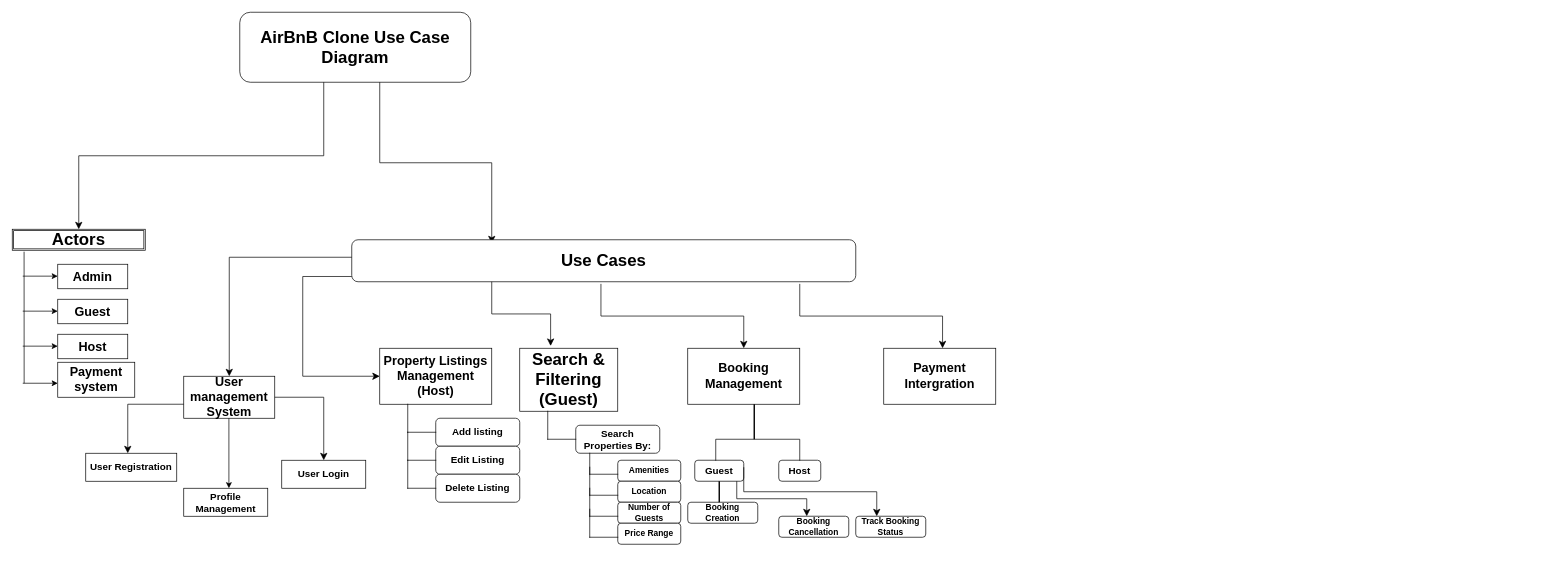
This is use-case-diagram/Use-Case_diagram.drawio from Sir-bastian/alx-airbnb-project-documentation, a draw.io file, before an edit. Source tidied: cells renumbered, new cells numbered last; positions are measured from the earlier drawing's top-left corner, leaving out a move shared by most shapes. Both pictures are drawn from the tidied source at 70%, with x=0, y=0 at pixel (12, 12).
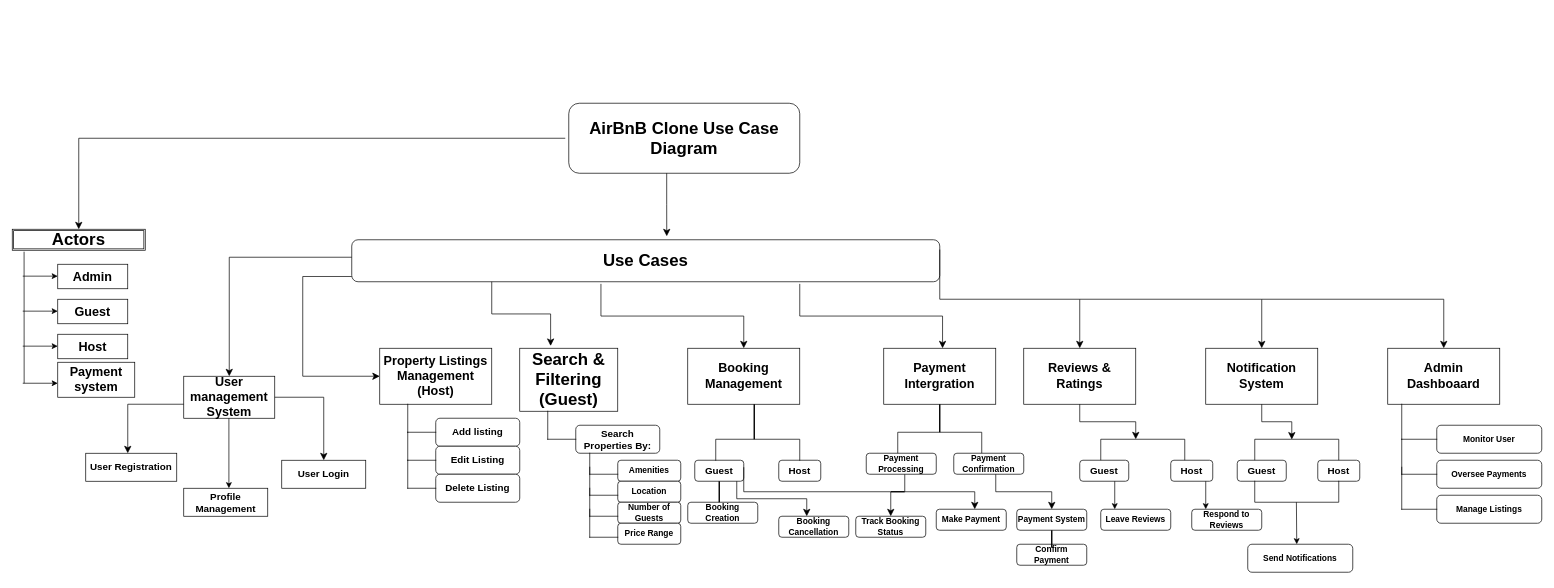
After the change.

The change refers to these unchanged cells:
```xml
<mxCell id="15" value="&lt;h1&gt;Actors&lt;/h1&gt;" style="shape=ext;double=1;rounded=0;whiteSpace=wrap;html=1;" parent="1" vertex="1">
  <mxGeometry y="310" width="190" height="30" as="geometry" />
</mxCell>
<mxCell id="55" value="&lt;h4&gt;Track Booking Status&lt;/h4&gt;" style="rounded=1;whiteSpace=wrap;html=1;" parent="1" vertex="1">
  <mxGeometry x="1205" y="720" width="100" height="30" as="geometry" />
</mxCell>
```

What changed in the source:
```diff
@@
     <mxCell id="2" value="&lt;h1&gt;AirBnB Clone Use Case Diagram&lt;/h1&gt;" style="rounded=1;whiteSpace=wrap;html=1;" parent="1" vertex="1">
-      <mxGeometry x="325" width="330" height="100" as="geometry" />
+      <mxGeometry x="795" y="130" width="330" height="100" as="geometry" />
     </mxCell>
-    <mxCell id="3" style="edgeStyle=elbowEdgeStyle;elbow=vertical;endArrow=classic;html=1;curved=0;rounded=0;endSize=8;startSize=8;" parent="1" edge="1">
+    <mxCell id="3" style="edgeStyle=elbowEdgeStyle;elbow=vertical;endArrow=classic;html=1;curved=0;rounded=0;endSize=8;startSize=8;exitX=0.424;exitY=1;exitDx=0;exitDy=0;exitPerimeter=0;" parent="1" edge="1" source="2">
       <mxGeometry relative="1" as="geometry">
-        <mxPoint x="525" y="100" as="sourcePoint" />
-        <mxPoint x="685" y="330" as="targetPoint" />
+        <mxPoint x="935" y="320" as="targetPoint" />
       </mxGeometry>
     </mxCell>
-    <mxCell id="4" style="edgeStyle=elbowEdgeStyle;elbow=vertical;endArrow=classic;html=1;curved=0;rounded=0;endSize=8;startSize=8;" parent="1" edge="1">
-      <mxGeometry relative="1" as="geometry">
-        <mxPoint x="445" y="100" as="sourcePoint" />
-        <mxPoint x="95" y="310" as="targetPoint" />
-      </mxGeometry>
-    </mxCell>
     <mxCell id="5" value="&lt;h1&gt;Use Cases&lt;/h1&gt;" style="rounded=1;whiteSpace=wrap;html=1;" parent="1" vertex="1">
-      <mxGeometry x="485" y="325" width="720" height="60" as="geometry" />
+      <mxGeometry x="485" y="325" width="840" height="60" as="geometry" />
     </mxCell>
@@
-    <mxCell id="54" style="edgeStyle=elbowEdgeStyle;elbow=vertical;endArrow=classic;html=1;curved=0;rounded=0;endSize=8;startSize=8;" parent="1" edge="1">
+    <mxCell id="54" style="edgeStyle=elbowEdgeStyle;elbow=vertical;endArrow=classic;html=1;curved=0;rounded=0;endSize=8;startSize=8;" parent="1" edge="1" target="55">
       <mxGeometry relative="1" as="geometry">
         <mxPoint x="1045" y="650" as="sourcePoint" />
-        <mxPoint x="1235" y="720" as="targetPoint" />
       </mxGeometry>
     </mxCell>
@@
+    <mxCell id="58" style="shape=partialRectangle;whiteSpace=wrap;html=1;bottom=1;right=1;left=1;top=0;fillColor=none;routingCenterX=-0.5;direction=west;" parent="1" vertex="1">
+      <mxGeometry x="1265" y="600" width="120" height="30" as="geometry" />
+    </mxCell>
+    <mxCell id="59" style="line;strokeWidth=2;direction=south;html=1;" parent="1" vertex="1">
+      <mxGeometry x="1320" y="560" width="10" height="40" as="geometry" />
+    </mxCell>
+    <mxCell id="60" value="&lt;h4&gt;Payment Processing&lt;/h4&gt;" style="rounded=1;whiteSpace=wrap;html=1;" parent="1" vertex="1">
+      <mxGeometry x="1220" y="630" width="100" height="30" as="geometry" />
+    </mxCell>
+    <mxCell id="61" value="&lt;h4&gt;Payment Confirmation&lt;/h4&gt;" style="rounded=1;whiteSpace=wrap;html=1;" parent="1" vertex="1">
+      <mxGeometry x="1345" y="630" width="100" height="30" as="geometry" />
+    </mxCell>
+    <mxCell id="62" style="edgeStyle=elbowEdgeStyle;elbow=vertical;endArrow=classic;html=1;curved=0;rounded=0;endSize=8;startSize=8;" parent="1" edge="1">
+      <mxGeometry relative="1" as="geometry">
+        <mxPoint x="1275" y="660" as="sourcePoint" />
+        <mxPoint x="1375" y="710" as="targetPoint" />
+      </mxGeometry>
+    </mxCell>
+    <mxCell id="63" value="&lt;h4&gt;Make Payment&lt;/h4&gt;" style="rounded=1;whiteSpace=wrap;html=1;" parent="1" vertex="1">
+      <mxGeometry x="1320" y="710" width="100" height="30" as="geometry" />
+    </mxCell>
+    <mxCell id="64" style="line;strokeWidth=2;html=1;" parent="1" vertex="1">
+      <mxGeometry x="1255" y="680" width="20" height="10" as="geometry" />
+    </mxCell>
+    <mxCell id="65" style="edgeStyle=elbowEdgeStyle;elbow=vertical;endArrow=classic;html=1;curved=0;rounded=0;endSize=8;startSize=8;" parent="1" edge="1" target="66">
+      <mxGeometry relative="1" as="geometry">
+        <mxPoint x="1405" y="660" as="sourcePoint" />
+      </mxGeometry>
+    </mxCell>
+    <mxCell id="66" value="&lt;h4&gt;Payment System&lt;/h4&gt;" style="rounded=1;whiteSpace=wrap;html=1;" parent="1" vertex="1">
+      <mxGeometry x="1435" y="710" width="100" height="30" as="geometry" />
+    </mxCell>
+    <mxCell id="67" value="&lt;h4&gt;Confirm Payment&lt;/h4&gt;" style="rounded=1;whiteSpace=wrap;html=1;" parent="1" vertex="1">
+      <mxGeometry x="1435" y="760" width="100" height="30" as="geometry" />
+    </mxCell>
+    <mxCell id="68" style="line;strokeWidth=2;direction=south;html=1;" parent="1" vertex="1">
+      <mxGeometry x="1480" y="740" width="10" height="25" as="geometry" />
+    </mxCell>
+    <mxCell id="69" value="&lt;h2&gt;Reviews &amp;amp; Ratings&lt;/h2&gt;" style="rounded=0;whiteSpace=wrap;html=1;" parent="1" vertex="1">
+      <mxGeometry x="1445" y="480" width="160" height="80" as="geometry" />
+    </mxCell>
+    <mxCell id="70" style="edgeStyle=elbowEdgeStyle;elbow=vertical;endArrow=classic;html=1;curved=0;rounded=0;endSize=8;startSize=8;entryX=0.5;entryY=0;entryDx=0;entryDy=0;" parent="1" edge="1" target="69">
+      <mxGeometry relative="1" as="geometry">
+        <mxPoint x="1325" y="339" as="sourcePoint" />
+      </mxGeometry>
+    </mxCell>
+    <mxCell id="71" style="shape=partialRectangle;whiteSpace=wrap;html=1;bottom=1;right=1;left=1;top=0;fillColor=none;routingCenterX=-0.5;direction=west;" parent="1" vertex="1">
+      <mxGeometry x="1555" y="610" width="120" height="30" as="geometry" />
+    </mxCell>
+    <mxCell id="72" value="&lt;h3&gt;Host&lt;/h3&gt;" style="rounded=1;whiteSpace=wrap;html=1;" parent="1" vertex="1">
+      <mxGeometry x="1655" y="640" width="60" height="30" as="geometry" />
+    </mxCell>
+    <mxCell id="73" value="&lt;h3&gt;Guest&lt;/h3&gt;" style="rounded=1;whiteSpace=wrap;html=1;" parent="1" vertex="1">
+      <mxGeometry x="1525" y="640" width="70" height="30" as="geometry" />
+    </mxCell>
+    <mxCell id="74" style="edgeStyle=elbowEdgeStyle;elbow=vertical;endArrow=classic;html=1;curved=0;rounded=0;endSize=8;startSize=8;" parent="1" edge="1">
+      <mxGeometry relative="1" as="geometry">
+        <mxPoint x="1525" y="560" as="sourcePoint" />
+        <mxPoint x="1605" y="610" as="targetPoint" />
+      </mxGeometry>
+    </mxCell>
+    <mxCell id="75" value="&lt;h4&gt;Respond to Reviews&lt;/h4&gt;" style="rounded=1;whiteSpace=wrap;html=1;" parent="1" vertex="1">
+      <mxGeometry x="1685" y="710" width="100" height="30" as="geometry" />
+    </mxCell>
+    <mxCell id="76" value="&lt;h4&gt;Leave Reviews&lt;/h4&gt;" style="rounded=1;whiteSpace=wrap;html=1;" parent="1" vertex="1">
+      <mxGeometry x="1555" y="710" width="100" height="30" as="geometry" />
+    </mxCell>
+    <mxCell id="77" style="endArrow=classic;html=1;rounded=0;" parent="1" edge="1">
+      <mxGeometry relative="1" as="geometry">
+        <mxPoint x="1575" y="670" as="sourcePoint" />
+        <mxPoint x="1575" y="710" as="targetPoint" />
+      </mxGeometry>
+    </mxCell>
+    <mxCell id="78" style="endArrow=classic;html=1;rounded=0;" parent="1" edge="1">
+      <mxGeometry relative="1" as="geometry">
+        <mxPoint x="1705" y="670" as="sourcePoint" />
+        <mxPoint x="1705" y="710" as="targetPoint" />
+      </mxGeometry>
+    </mxCell>
+    <mxCell id="79" style="edgeStyle=segmentEdgeStyle;endArrow=classic;html=1;curved=0;rounded=0;endSize=8;startSize=8;" parent="1" edge="1">
+      <mxGeometry relative="1" as="geometry">
+        <mxPoint x="1525" y="410" as="sourcePoint" />
+        <mxPoint x="1785" y="480" as="targetPoint" />
+      </mxGeometry>
+    </mxCell>
+    <mxCell id="80" value="&lt;h2&gt;Notification System&lt;/h2&gt;" style="rounded=0;whiteSpace=wrap;html=1;" parent="1" vertex="1">
+      <mxGeometry x="1705" y="480" width="160" height="80" as="geometry" />
+    </mxCell>
+    <mxCell id="81" style="edgeStyle=segmentEdgeStyle;endArrow=classic;html=1;curved=0;rounded=0;endSize=8;startSize=8;" parent="1" edge="1">
+      <mxGeometry relative="1" as="geometry">
+        <mxPoint x="1785" y="410" as="sourcePoint" />
+        <mxPoint x="2045" y="480" as="targetPoint" />
+      </mxGeometry>
+    </mxCell>
+    <mxCell id="82" value="&lt;h2&gt;Admin Dashboaard&lt;/h2&gt;" style="rounded=0;whiteSpace=wrap;html=1;" parent="1" vertex="1">
+      <mxGeometry x="1965" y="480" width="160" height="80" as="geometry" />
+    </mxCell>
+    <mxCell id="83" style="shape=partialRectangle;whiteSpace=wrap;html=1;bottom=1;right=1;left=1;top=0;fillColor=none;routingCenterX=-0.5;direction=west;" parent="1" vertex="1">
+      <mxGeometry x="1775" y="610" width="120" height="30" as="geometry" />
+    </mxCell>
+    <mxCell id="84" value="&lt;h3&gt;Guest&lt;/h3&gt;" style="rounded=1;whiteSpace=wrap;html=1;" parent="1" vertex="1">
+      <mxGeometry x="1750" y="640" width="70" height="30" as="geometry" />
+    </mxCell>
+    <mxCell id="85" value="&lt;h3&gt;Host&lt;/h3&gt;" style="rounded=1;whiteSpace=wrap;html=1;" parent="1" vertex="1">
+      <mxGeometry x="1865" y="640" width="60" height="30" as="geometry" />
+    </mxCell>
+    <mxCell id="86" style="shape=partialRectangle;whiteSpace=wrap;html=1;bottom=1;right=1;left=1;top=0;fillColor=none;routingCenterX=-0.5;direction=east;" parent="1" vertex="1">
+      <mxGeometry x="1775" y="670" width="120" height="30" as="geometry" />
+    </mxCell>
+    <mxCell id="87" style="endArrow=classic;html=1;rounded=0;" parent="1" edge="1">
+      <mxGeometry relative="1" as="geometry">
+        <mxPoint x="1834.5" y="700" as="sourcePoint" />
+        <mxPoint x="1835" y="760" as="targetPoint" />
+      </mxGeometry>
+    </mxCell>
+    <mxCell id="88" style="edgeStyle=elbowEdgeStyle;elbow=vertical;endArrow=classic;html=1;curved=0;rounded=0;endSize=8;startSize=8;entryX=0.559;entryY=0.989;entryDx=0;entryDy=0;entryPerimeter=0;" parent="1" edge="1" target="83">
+      <mxGeometry relative="1" as="geometry">
+        <mxPoint x="1785" y="560" as="sourcePoint" />
+      </mxGeometry>
+    </mxCell>
+    <mxCell id="89" value="&lt;h4&gt;Send Notifications&lt;/h4&gt;" style="rounded=1;whiteSpace=wrap;html=1;" parent="1" vertex="1">
+      <mxGeometry x="1765" y="760" width="150" height="40" as="geometry" />
+    </mxCell>
+    <mxCell id="90" value="&lt;h4&gt;Monitor User&lt;/h4&gt;" style="rounded=1;whiteSpace=wrap;html=1;" parent="1" vertex="1">
+      <mxGeometry x="2035" y="590" width="150" height="40" as="geometry" />
+    </mxCell>
+    <mxCell id="91" value="&lt;h4&gt;Oversee Payments&lt;/h4&gt;" style="rounded=1;whiteSpace=wrap;html=1;" parent="1" vertex="1">
+      <mxGeometry x="2035" y="640" width="150" height="40" as="geometry" />
+    </mxCell>
+    <mxCell id="92" value="&lt;h4&gt;Manage Listings&lt;/h4&gt;" style="rounded=1;whiteSpace=wrap;html=1;" parent="1" vertex="1">
+      <mxGeometry x="2035" y="690" width="150" height="40" as="geometry" />
+    </mxCell>
+    <mxCell id="93" style="shape=partialRectangle;whiteSpace=wrap;html=1;bottom=0;right=0;fillColor=none;direction=north;" parent="1" vertex="1">
+      <mxGeometry x="1985" y="560" width="50" height="50" as="geometry" />
+    </mxCell>
+    <mxCell id="94" style="shape=partialRectangle;whiteSpace=wrap;html=1;bottom=0;right=0;fillColor=none;direction=north;" parent="1" vertex="1">
+      <mxGeometry x="1985" y="610" width="50" height="50" as="geometry" />
+    </mxCell>
+    <mxCell id="95" style="shape=partialRectangle;whiteSpace=wrap;html=1;bottom=0;right=0;fillColor=none;direction=north;" parent="1" vertex="1">
+      <mxGeometry x="1985" y="650" width="50" height="60" as="geometry" />
+    </mxCell>
+    <mxCell id="96" style="edgeStyle=segmentEdgeStyle;endArrow=classic;html=1;curved=0;rounded=0;endSize=8;startSize=8;entryX=0.5;entryY=0;entryDx=0;entryDy=0;entryPerimeter=0;" parent="1" edge="1" target="15">
+      <mxGeometry relative="1" as="geometry">
+        <mxPoint x="790" y="180" as="sourcePoint" />
+      </mxGeometry>
+    </mxCell>
```
